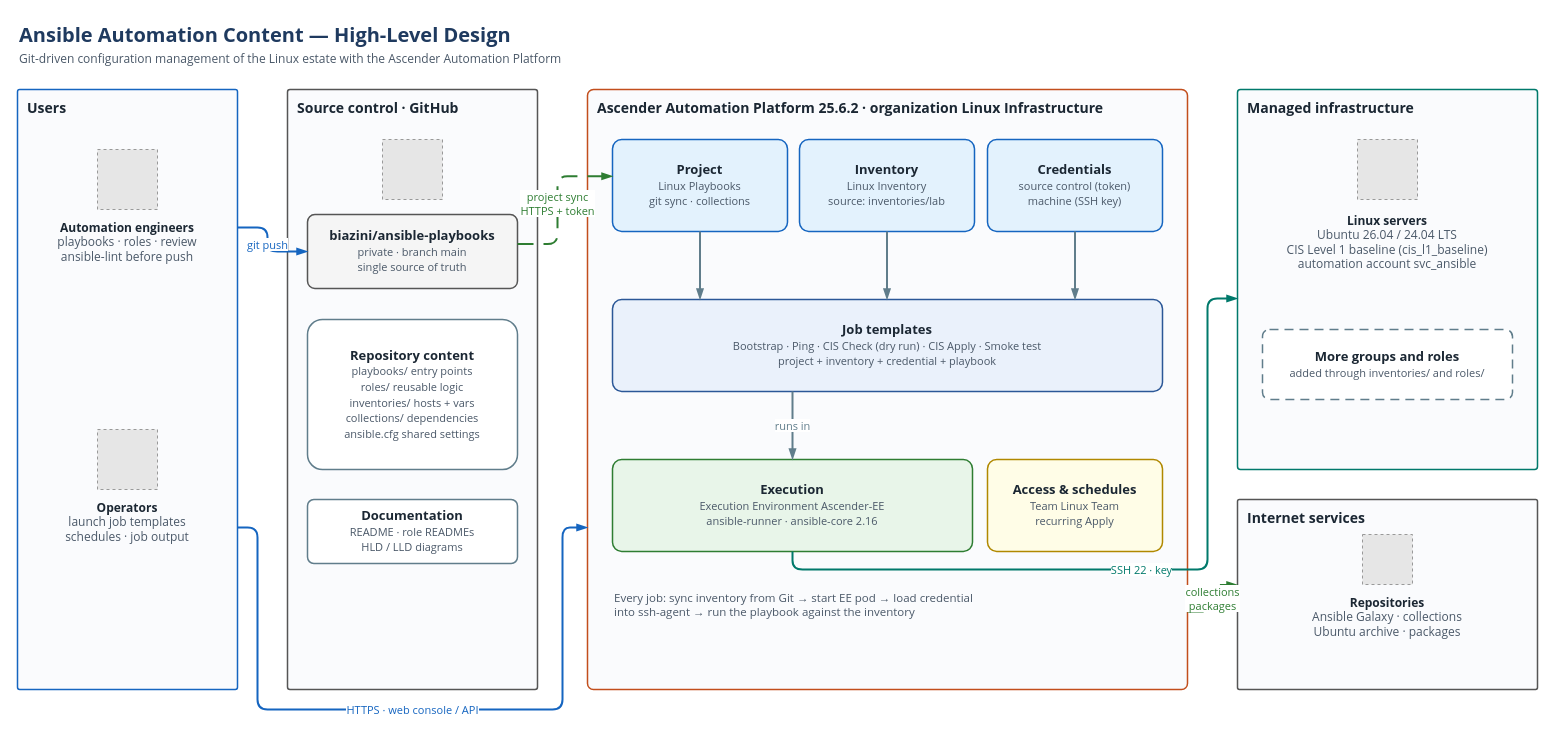
This is docs/architecture/Ansible-Automation-HLD.drawio from biazini/ansible-playbooks, a draw.io file, before an edit. Source tidied: cells renumbered, new cells numbered last; positions are measured from the earlier drawing's top-left corner, leaving out a move shared by most shapes. Both pictures are drawn from the tidied source at 100%, with x=0, y=0 at pixel (17, 17). Pictures stored in the file or linked from it are replaced by grey dashed boxes.
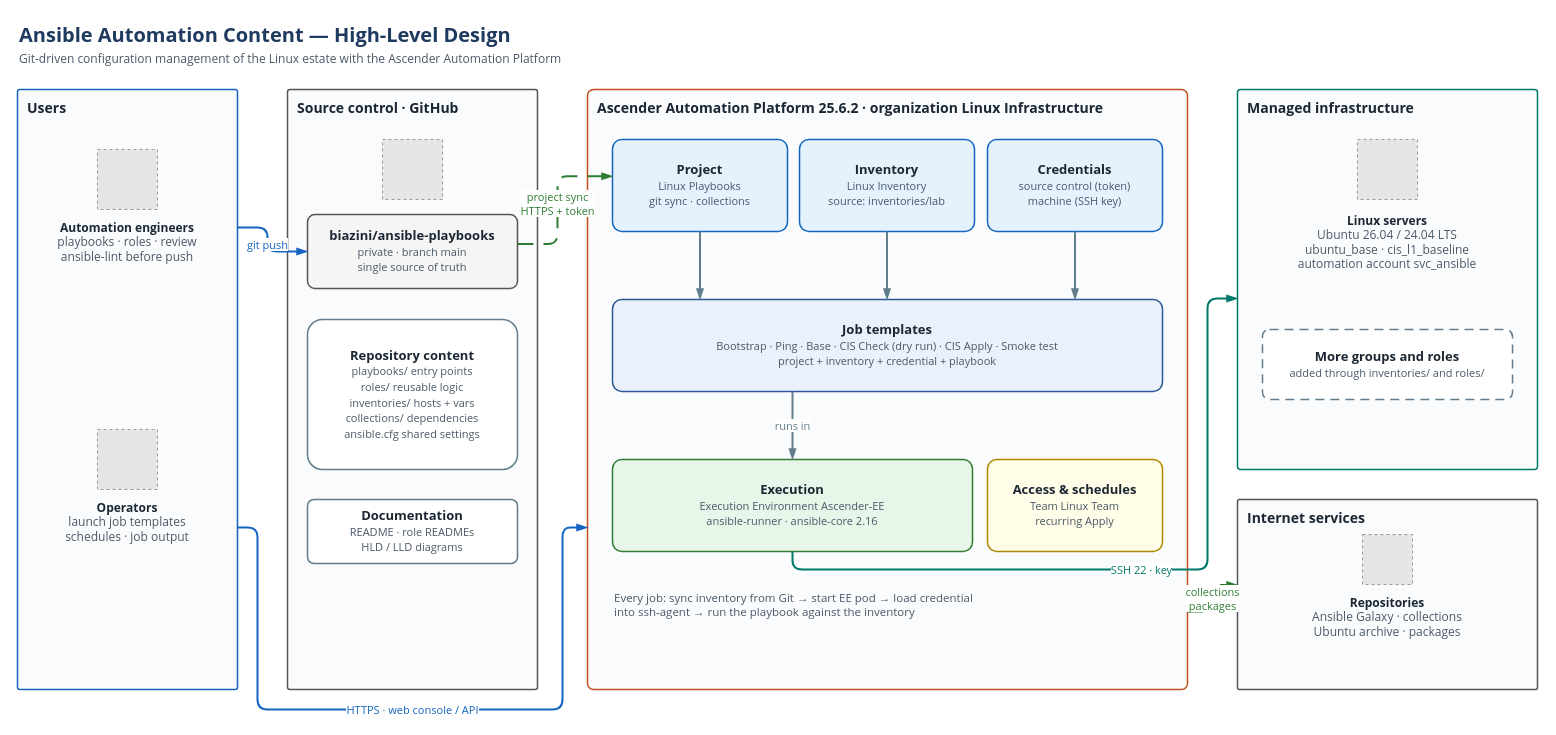
Above is the later version.

What changed in the source:
```diff
@@
-    <mxCell id="18" value="&lt;b&gt;Job templates&lt;/b&gt;&lt;br&gt;&lt;span style=&quot;font-size:11px;color:#4A5868&quot;&gt;Bootstrap · Ping · CIS Check (dry run) · CIS Apply · Smoke test&lt;/span&gt;&lt;br&gt;&lt;span style=&quot;font-size:11px;color:#4A5868&quot;&gt;project + inventory + credential + playbook&lt;/span&gt;" style="rounded=1;whiteSpace=wrap;html=1;fillColor=#EAF1FB;strokeColor=#2B5797;fontSize=13;arcSize=10;fontFamily=Segoe UI;fontColor=#1B2733;align=center;strokeWidth=1.5;spacing=6;" parent="1" vertex="1">
+    <mxCell id="18" value="&lt;b&gt;Job templates&lt;/b&gt;&lt;br&gt;&lt;span style=&quot;font-size:11px;color:#4A5868&quot;&gt;Bootstrap · Ping · Base · CIS Check (dry run) · CIS Apply · Smoke test&lt;/span&gt;&lt;br&gt;&lt;span style=&quot;font-size:11px;color:#4A5868&quot;&gt;project + inventory + credential + playbook&lt;/span&gt;" style="rounded=1;whiteSpace=wrap;html=1;fillColor=#EAF1FB;strokeColor=#2B5797;fontSize=13;arcSize=10;fontFamily=Segoe UI;fontColor=#1B2733;align=center;strokeWidth=1.5;spacing=6;" parent="1" vertex="1">
       <mxGeometry x="595" y="282" width="550" height="92" as="geometry" />
     </mxCell>
@@
-    <mxCell id="24" value="&lt;b style=&quot;color:#1B2733&quot;&gt;Linux servers&lt;/b&gt;&lt;br&gt;Ubuntu 26.04 / 24.04 LTS&lt;br&gt;CIS Level 1 baseline (cis_l1_baseline)&lt;br&gt;automation account svc_ansible" style="text;html=1;align=center;verticalAlign=top;whiteSpace=wrap;fontSize=12;fontColor=#4A5868;fontFamily=Segoe UI;" parent="1" vertex="1">
+    <mxCell id="24" value="&lt;b style=&quot;color:#1B2733&quot;&gt;Linux servers&lt;/b&gt;&lt;br&gt;Ubuntu 26.04 / 24.04 LTS&lt;br&gt;ubuntu_base · cis_l1_baseline&lt;br&gt;automation account svc_ansible" style="text;html=1;align=center;verticalAlign=top;whiteSpace=wrap;fontSize=12;fontColor=#4A5868;fontFamily=Segoe UI;" parent="1" vertex="1">
       <mxGeometry x="1230" y="190" width="280" height="70" as="geometry" />
     </mxCell>
```
